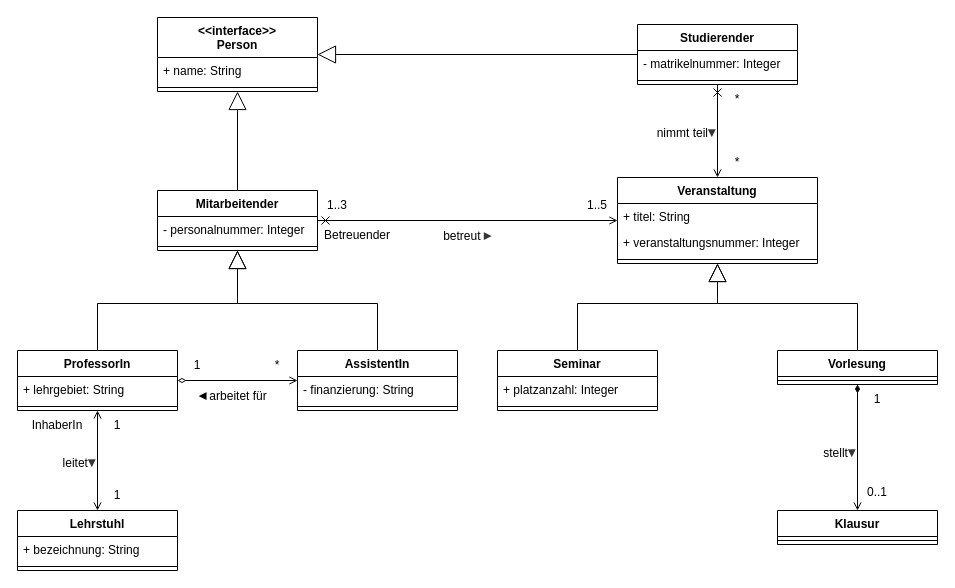
This is swt_wende_tim_h07/swt_wende_tim_h07_class_diagram.drawio from tmwnd/fha-swt, a draw.io file, before an edit. Source tidied: cells renumbered, new cells numbered last; positions are measured from the earlier drawing's top-left corner, leaving out a move shared by most shapes. Both pictures are drawn from the tidied source at 100%, with x=0, y=0 at pixel (17, 17).
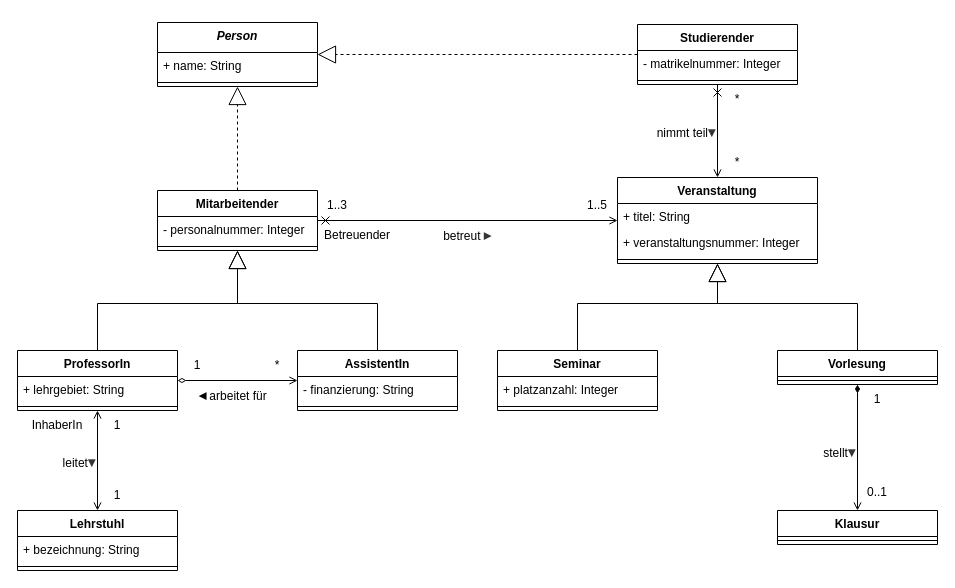
Above is the later version.

Unchanged cells that the change refers to:
```xml
<mxCell id="7" value="Studierender" style="swimlane;fontStyle=1;align=center;verticalAlign=top;horizontal=1;startSize=26;" parent="1" vertex="1">
  <mxGeometry x="620" y="7" width="160" height="60" as="geometry" />
</mxCell>
<mxCell id="14" value="Mitarbeitender" style="swimlane;fontStyle=1;align=center;verticalAlign=top;horizontal=1;startSize=26;" parent="1" vertex="1">
  <mxGeometry x="140" y="173" width="160" height="60" as="geometry" />
</mxCell>
```

Change to the diagram source:
```diff
@@
-    <mxCell id="4" value="&lt;&lt;interface&gt;&gt;&#10;Person" style="swimlane;fontStyle=1;align=center;verticalAlign=top;horizontal=1;startSize=40;" parent="1" vertex="1">
-      <mxGeometry x="140" width="160" height="74" as="geometry" />
+    <mxCell id="4" value="Person" style="swimlane;fontStyle=3;align=center;verticalAlign=top;horizontal=1;startSize=30;" parent="1" vertex="1">
+      <mxGeometry x="140" y="5" width="160" height="64" as="geometry" />
     </mxCell>
     <mxCell id="5" value="+ name: String" style="text;strokeColor=none;fillColor=none;align=left;verticalAlign=top;spacingLeft=4;spacingRight=4;overflow=hidden;" parent="4" vertex="1">
-      <mxGeometry y="40" width="160" height="26" as="geometry" />
+      <mxGeometry y="30" width="160" height="26" as="geometry" />
     </mxCell>
     <mxCell id="6" style="line;strokeWidth=1;fillColor=none;align=left;verticalAlign=middle;spacingTop=-1;spacingLeft=3;spacingRight=3;labelPosition=right;" parent="4" vertex="1">
-      <mxGeometry y="66" width="160" height="8" as="geometry" />
+      <mxGeometry y="56" width="160" height="8" as="geometry" />
     </mxCell>
@@
-    <mxCell id="22" style="endArrow=block;endSize=16;endFill=0;html=1;rounded=0;" parent="1" edge="1" source="7" target="4">
+    <mxCell id="22" style="endArrow=block;endSize=16;endFill=0;html=1;rounded=0;dashed=1;" parent="1" edge="1" source="7" target="4">
       <mxGeometry relative="1" as="geometry" />
     </mxCell>
-    <mxCell id="23" style="endArrow=block;endSize=16;endFill=0;html=1;rounded=0;" parent="1" edge="1" source="14" target="4">
+    <mxCell id="23" style="endArrow=block;endSize=16;endFill=0;html=1;rounded=0;dashed=1;" parent="1" edge="1" source="14" target="4">
       <mxGeometry relative="1" as="geometry" />
     </mxCell>
```
